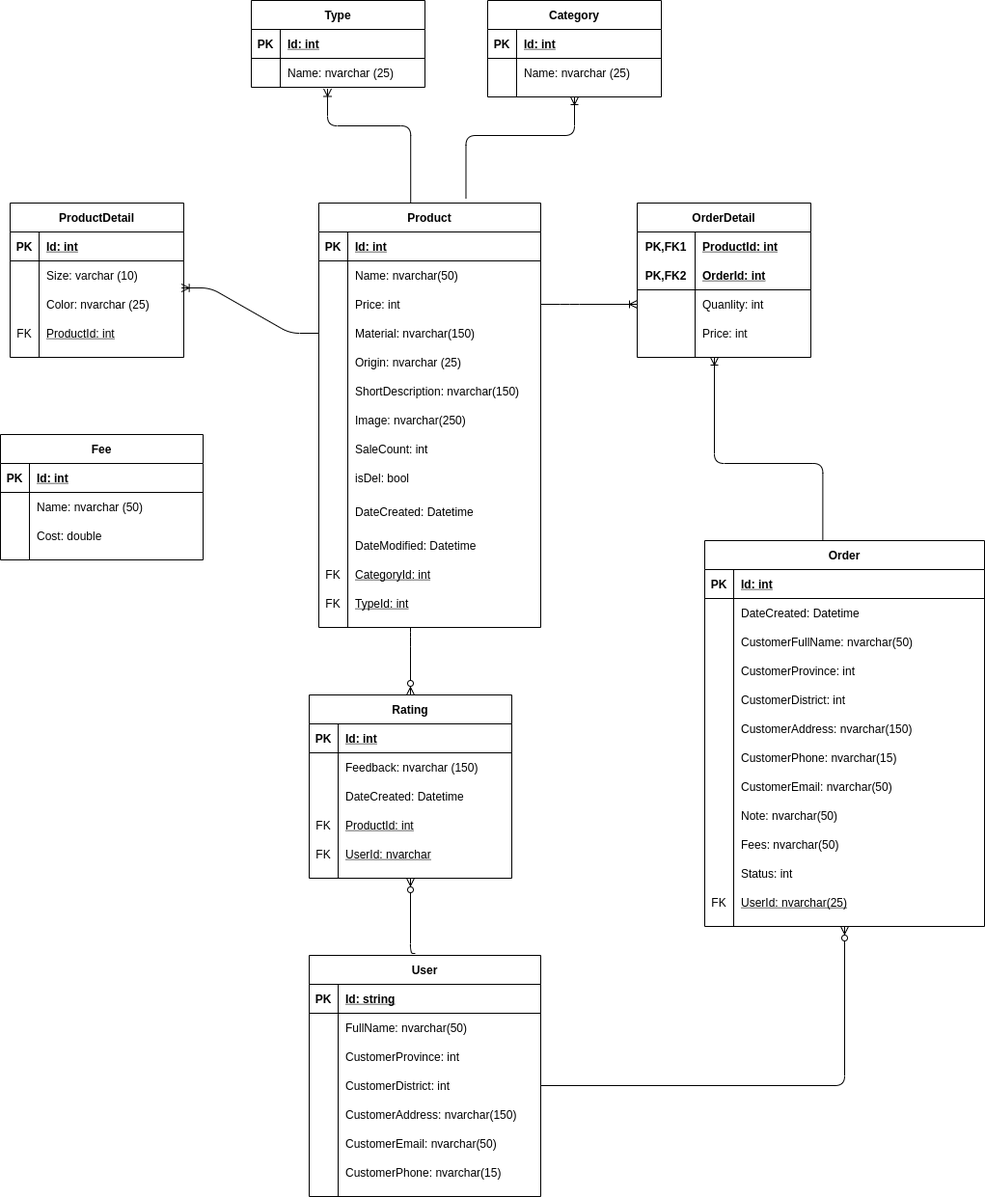
Above: docs/fashion_ns_ecom_db.png in vtoan/fashion-ecom-ns (draw.io), before the change. Source tidied: cells renumbered, new cells last; positions are measured from the earlier drawing's top-left corner, leaving out a move shared by most shapes.
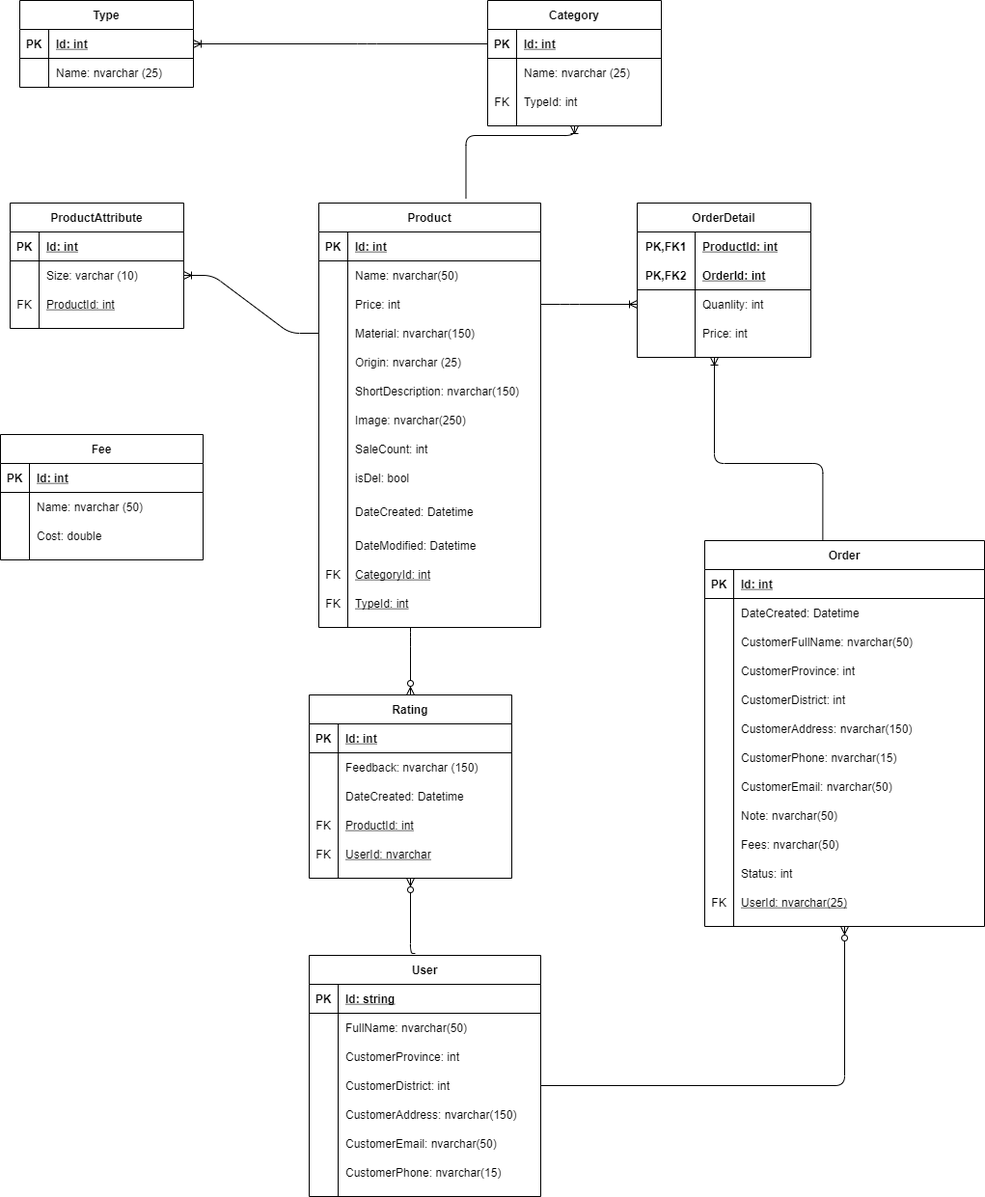
Later version of the same file.

Diff of the diagram source:
```diff
@@ -3,7 +3,7 @@
     <mxCell id="0" />
     <mxCell id="1" parent="0" />
     <mxCell id="2" value="Type" style="shape=table;startSize=30;rowLines=0;fontStyle=1;align=center;" parent="1" vertex="1">
-      <mxGeometry x="260" width="180" height="90" as="geometry" />
+      <mxGeometry x="20" width="180" height="90" as="geometry" />
     </mxCell>
     <mxCell id="3" style="shape=partialRectangle;fillColor=none;top=0;left=0;bottom=1;right=0;points=[[0,0.5],[1,0.5]];portConstraint=eastwest;" parent="2" vertex="1">
       <mxGeometry y="30" width="180" height="30" as="geometry" />
@@ -24,7 +24,7 @@
       <mxGeometry x="30" width="150" height="30" as="geometry" />
     </mxCell>
     <mxCell id="9" value="Category" style="shape=table;startSize=30;rowLines=0;fontStyle=1;align=center;" parent="1" vertex="1">
-      <mxGeometry x="505" width="180" height="100" as="geometry" />
+      <mxGeometry x="505" width="180" height="130" as="geometry" />
     </mxCell>
     <mxCell id="10" style="shape=partialRectangle;fillColor=none;top=0;left=0;bottom=1;right=0;points=[[0,0.5],[1,0.5]];portConstraint=eastwest;" parent="9" vertex="1">
       <mxGeometry y="30" width="180" height="30" as="geometry" />
@@ -44,8 +44,17 @@
     <mxCell id="15" value="Name: nvarchar (25)" style="shape=partialRectangle;fillColor=none;top=0;left=0;bottom=0;right=0;align=left;spacingLeft=6;overflow=hidden;" parent="13" vertex="1">
       <mxGeometry x="30" width="150" height="30" as="geometry" />
     </mxCell>
+    <mxCell id="23" style="shape=partialRectangle;fillColor=none;top=0;left=0;bottom=0;right=0;points=[[0,0.5],[1,0.5]];portConstraint=eastwest;" parent="9" vertex="1">
+      <mxGeometry y="90" width="180" height="30" as="geometry" />
+    </mxCell>
+    <mxCell id="175" value="FK" style="shape=partialRectangle;fillColor=none;top=0;left=0;bottom=0;right=0;overflow=hidden;" parent="23" vertex="1">
+      <mxGeometry width="30" height="30" as="geometry" />
+    </mxCell>
+    <mxCell id="176" value="TypeId: int" style="shape=partialRectangle;fillColor=none;top=0;left=0;bottom=0;right=0;align=left;spacingLeft=6;overflow=hidden;" parent="23" vertex="1">
+      <mxGeometry x="30" width="150" height="30" as="geometry" />
+    </mxCell>
-    <mxCell id="16" value="ProductDetail" style="shape=table;startSize=30;rowLines=0;fontStyle=1;align=center;" parent="1" vertex="1">
-      <mxGeometry x="10" y="210" width="180" height="160" as="geometry" />
+    <mxCell id="16" value="ProductAttribute" style="shape=table;startSize=30;rowLines=0;fontStyle=1;align=center;" parent="1" vertex="1">
+      <mxGeometry x="10" y="210" width="180" height="130" as="geometry" />
     </mxCell>
     <mxCell id="17" style="shape=partialRectangle;fillColor=none;top=0;left=0;bottom=1;right=0;" parent="16" vertex="1">
       <mxGeometry y="30" width="180" height="30" as="geometry" />
@@ -65,17 +74,8 @@
     <mxCell id="22" value="Size: varchar (10)" style="shape=partialRectangle;fillColor=none;top=0;left=0;bottom=0;right=0;align=left;spacingLeft=6;overflow=hidden;" parent="20" vertex="1">
       <mxGeometry x="30" width="150" height="30" as="geometry" />
     </mxCell>
-    <mxCell id="23" style="shape=partialRectangle;fillColor=none;top=0;left=0;bottom=0;right=0;points=[[0,0.5],[1,0.5]];portConstraint=eastwest;" parent="16" vertex="1">
-      <mxGeometry y="90" width="180" height="30" as="geometry" />
-    </mxCell>
-    <mxCell id="24" style="shape=partialRectangle;fillColor=none;top=0;left=0;bottom=0;right=0;overflow=hidden;" parent="23" vertex="1">
-      <mxGeometry width="30" height="30" as="geometry" />
-    </mxCell>
-    <mxCell id="25" value="Color: nvarchar (25)" style="shape=partialRectangle;fillColor=none;top=0;left=0;bottom=0;right=0;align=left;spacingLeft=6;overflow=hidden;" parent="23" vertex="1">
-      <mxGeometry x="30" width="150" height="30" as="geometry" />
-    </mxCell>
     <mxCell id="26" style="shape=partialRectangle;fillColor=none;top=0;left=0;bottom=0;right=0;" parent="16" vertex="1">
-      <mxGeometry y="120" width="180" height="30" as="geometry" />
+      <mxGeometry y="90" width="180" height="30" as="geometry" />
     </mxCell>
     <mxCell id="27" value="FK" style="shape=partialRectangle;fillColor=none;top=0;left=0;bottom=0;right=0;overflow=hidden;" parent="26" vertex="1">
       <mxGeometry width="30" height="30" as="geometry" />
@@ -203,17 +203,9 @@
     <mxCell id="68" value="TypeId: int" style="shape=partialRectangle;fillColor=none;top=0;left=0;bottom=0;right=0;align=left;spacingLeft=6;overflow=hidden;fontStyle=4;" parent="66" vertex="1">
       <mxGeometry x="30" width="200" height="30" as="geometry" />
     </mxCell>
-    <mxCell id="69" style="edgeStyle=entityRelationEdgeStyle;fontSize=12;html=1;endArrow=ERoneToMany;exitX=0;exitY=0.5;exitDx=0;exitDy=0;entryX=0.987;entryY=-0.066;entryDx=0;entryDy=0;entryPerimeter=0;" parent="1" edge="1" source="39" target="23">
+    <mxCell id="69" style="edgeStyle=entityRelationEdgeStyle;fontSize=12;html=1;endArrow=ERoneToMany;exitX=0;exitY=0.5;exitDx=0;exitDy=0;entryX=1;entryY=0.5;entryDx=0;entryDy=0;" parent="1" edge="1" source="39" target="20">
       <mxGeometry relative="1" as="geometry" />
     </mxCell>
-    <mxCell id="70" style="fontSize=12;html=1;endArrow=ERoneToMany;exitX=0.414;exitY=0;exitDx=0;exitDy=0;entryX=0.439;entryY=1.049;entryDx=0;entryDy=0;entryPerimeter=0;exitPerimeter=0;edgeStyle=orthogonalEdgeStyle;" parent="1" edge="1" source="29" target="6">
-      <mxGeometry relative="1" as="geometry">
-        <Array as="points">
-          <mxPoint x="425" y="130" />
-          <mxPoint x="339" y="130" />
-        </Array>
-      </mxGeometry>
-    </mxCell>
     <mxCell id="71" style="fontSize=12;html=1;endArrow=ERoneToMany;exitX=0.663;exitY=-0.011;exitDx=0;exitDy=0;entryX=0.5;entryY=1;entryDx=0;entryDy=0;exitPerimeter=0;edgeStyle=orthogonalEdgeStyle;" parent="1" edge="1" source="29" target="9">
       <mxGeometry relative="1" as="geometry">
         <Array as="points">
@@ -556,5 +548,13 @@
         </Array>
       </mxGeometry>
     </mxCell>
+    <mxCell id="177" style="fontSize=12;html=1;endArrow=ERoneToMany;exitX=0;exitY=0.5;exitDx=0;exitDy=0;entryX=1;entryY=0.5;entryDx=0;entryDy=0;edgeStyle=orthogonalEdgeStyle;" parent="1" edge="1" source="10" target="3">
+      <mxGeometry relative="1" as="geometry">
+        <Array as="points">
+          <mxPoint x="380" y="45" />
+          <mxPoint x="380" y="45" />
+        </Array>
+      </mxGeometry>
+    </mxCell>
   </root>
 </mxGraphModel>
```
